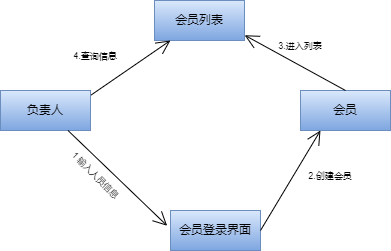
youjizi/images keeps this draw.io diagram as 通讯图1.drawio.png. Above is the earlier version. Source tidied: cells renumbered, new cells last; positions are measured from the earlier drawing's top-left corner, leaving out a move shared by most shapes.
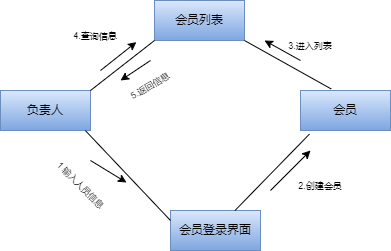
The same file after the commit.

Commit message:
已添加 通讯图1.drawio.png

The edit, as a diff of the source:
```diff
@@ -15,28 +15,60 @@
       <mxGeometry x="154" width="90" height="40" as="geometry" />
     </mxCell>
     <mxCell id="6" value="1 输入人员信息" style="text;align=center;verticalAlign=middle;strokeColor=none;fillColor=none;fontSize=9;rotation=45;" parent="1" vertex="1">
-      <mxGeometry x="40" y="160" width="110" height="30" as="geometry" />
+      <mxGeometry x="25" y="170" width="110" height="30" as="geometry" />
     </mxCell>
     <mxCell id="7" value="2.创建会员" style="text;align=center;verticalAlign=middle;strokeColor=none;fillColor=none;fontSize=9;" parent="1" vertex="1">
-      <mxGeometry x="290" y="160" width="80" height="30" as="geometry" />
+      <mxGeometry x="280" y="170" width="80" height="30" as="geometry" />
     </mxCell>
+    <mxCell id="11" value="3.进入列表" style="text;align=center;verticalAlign=middle;strokeColor=none;fillColor=none;fontSize=9;" parent="1" vertex="1">
+      <mxGeometry x="270" y="30" width="80" height="30" as="geometry" />
+    </mxCell>
+    <mxCell id="13" value="4.查询信息" style="text;align=center;verticalAlign=middle;points=[];strokeColor=none;fillColor=none;fontSize=9;" parent="1" vertex="1">
+      <mxGeometry x="55" y="20" width="80" height="30" as="geometry" />
+    </mxCell>
+    <mxCell id="12" style="endArrow=none;html=1;rounded=0;exitX=1;exitY=0;exitDx=0;exitDy=0;entryX=0;entryY=1;entryDx=0;entryDy=0;" parent="1" edge="1" source="2" target="5">
+      <mxGeometry relative="1" as="geometry" />
+    </mxCell>
+    <mxCell id="14" style="endArrow=classic;html=1;rounded=0;entryX=1.011;entryY=0.719;entryDx=0;entryDy=0;entryPerimeter=0;" parent="1" edge="1" target="13">
+      <mxGeometry relative="1" as="geometry">
+        <mxPoint x="100" y="70" as="sourcePoint" />
+      </mxGeometry>
+    </mxCell>
+    <mxCell id="15" style="endArrow=classic;html=1;rounded=0;" parent="1" edge="1">
+      <mxGeometry relative="1" as="geometry">
+        <mxPoint x="150" y="60" as="sourcePoint" />
+        <mxPoint x="120" y="80" as="targetPoint" />
+      </mxGeometry>
+    </mxCell>
+    <mxCell id="16" value="5.返回信息" style="text;align=center;verticalAlign=middle;strokeColor=none;fillColor=none;fontSize=9;rotation=-30;" parent="1" vertex="1">
+      <mxGeometry x="110" y="70" width="80" height="30" as="geometry" />
+    </mxCell>
-    <mxCell id="8" style="endArrow=open;endFill=1;endSize=12;html=1;rounded=0;exitX=0.75;exitY=1;exitDx=0;exitDy=0;entryX=-0.037;entryY=0.382;entryDx=0;entryDy=0;entryPerimeter=0;" parent="1" edge="1" source="2" target="3">
+    <mxCell id="8" style="endArrow=none;html=1;rounded=0;exitX=0.944;exitY=1.004;exitDx=0;exitDy=0;exitPerimeter=0;entryX=0;entryY=0.25;entryDx=0;entryDy=0;" parent="1" edge="1" source="2" target="3">
       <mxGeometry relative="1" as="geometry" />
     </mxCell>
+    <mxCell id="17" style="endArrow=classic;html=1;rounded=0;entryX=1.011;entryY=0.719;entryDx=0;entryDy=0;entryPerimeter=0;" parent="1" edge="1">
+      <mxGeometry relative="1" as="geometry">
+        <mxPoint x="90" y="160" as="sourcePoint" />
+        <mxPoint x="126" y="182" as="targetPoint" />
+      </mxGeometry>
+    </mxCell>
-    <mxCell id="9" style="endArrow=open;endFill=1;endSize=12;html=1;rounded=0;exitX=1;exitY=0.5;exitDx=0;exitDy=0;entryX=0.222;entryY=1;entryDx=0;entryDy=0;entryPerimeter=0;" parent="1" edge="1" source="3" target="4">
+    <mxCell id="9" style="endArrow=none;html=1;rounded=0;entryX=0.1;entryY=1.089;entryDx=0;entryDy=0;entryPerimeter=0;" parent="1" edge="1" source="3" target="4">
       <mxGeometry relative="1" as="geometry" />
     </mxCell>
+    <mxCell id="18" style="endArrow=classic;html=1;rounded=0;" parent="1" edge="1">
+      <mxGeometry relative="1" as="geometry">
+        <mxPoint x="270" y="190" as="sourcePoint" />
+        <mxPoint x="310" y="150" as="targetPoint" />
+      </mxGeometry>
+    </mxCell>
-    <mxCell id="10" style="endArrow=open;endFill=1;endSize=12;html=1;rounded=0;entryX=1.002;entryY=0.868;entryDx=0;entryDy=0;entryPerimeter=0;exitX=0.5;exitY=0;exitDx=0;exitDy=0;" parent="1" edge="1" source="4" target="5">
+    <mxCell id="10" style="endArrow=none;html=1;rounded=0;entryX=1;entryY=1;entryDx=0;entryDy=0;exitX=0.341;exitY=-0.039;exitDx=0;exitDy=0;exitPerimeter=0;" parent="1" edge="1" source="4" target="5">
       <mxGeometry relative="1" as="geometry" />
     </mxCell>
-    <mxCell id="11" value="3.进入列表" style="text;align=center;verticalAlign=middle;strokeColor=none;fillColor=none;fontSize=9;" parent="1" vertex="1">
-      <mxGeometry x="260" y="30" width="80" height="30" as="geometry" />
-    </mxCell>
-    <mxCell id="12" style="endArrow=open;endFill=1;endSize=12;html=1;rounded=0;exitX=1.008;exitY=0.111;exitDx=0;exitDy=0;exitPerimeter=0;" parent="1" edge="1" source="2" target="5">
-      <mxGeometry relative="1" as="geometry" />
-    </mxCell>
-    <mxCell id="13" value="4.查询信息" style="text;align=center;verticalAlign=middle;points=[];strokeColor=none;fillColor=none;fontSize=9;" parent="1" vertex="1">
-      <mxGeometry x="55" y="40" width="80" height="30" as="geometry" />
-    </mxCell>
+    <mxCell id="19" style="endArrow=classic;html=1;rounded=0;" parent="1" edge="1">
+      <mxGeometry relative="1" as="geometry">
+        <mxPoint x="300" y="60" as="sourcePoint" />
+        <mxPoint x="264" y="40" as="targetPoint" />
+      </mxGeometry>
+    </mxCell>
   </root>
 </mxGraphModel>
```
